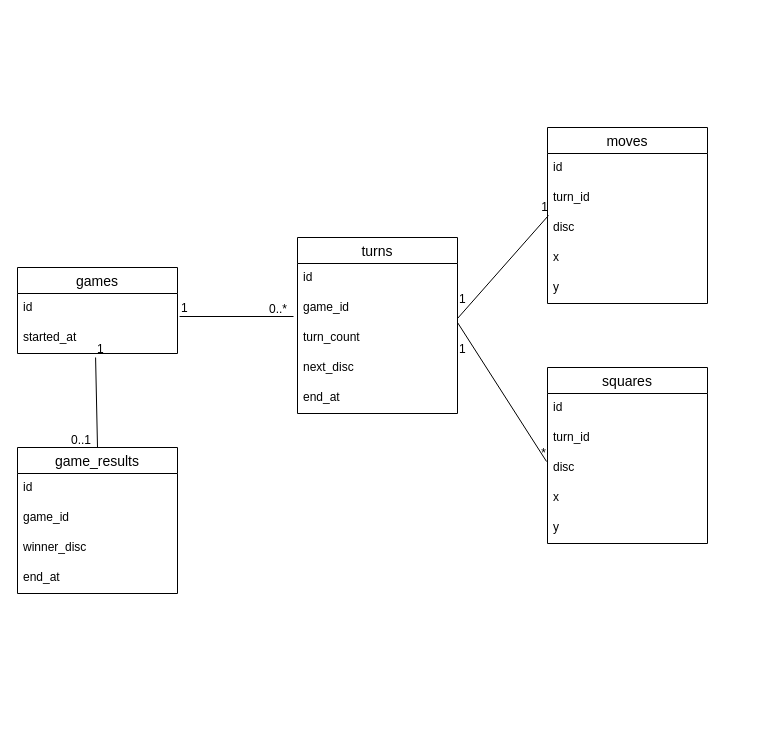
Earlier version of the draw.io diagram docs/er.drawio (yuuttana1223/udemy-reversi-webapp). Source tidied: cells renumbered, new cells numbered last; positions are measured from the earlier drawing's top-left corner, leaving out a move shared by most shapes. Both pictures are drawn from the tidied source at 100%, with x=0, y=0 at pixel (17, 127).
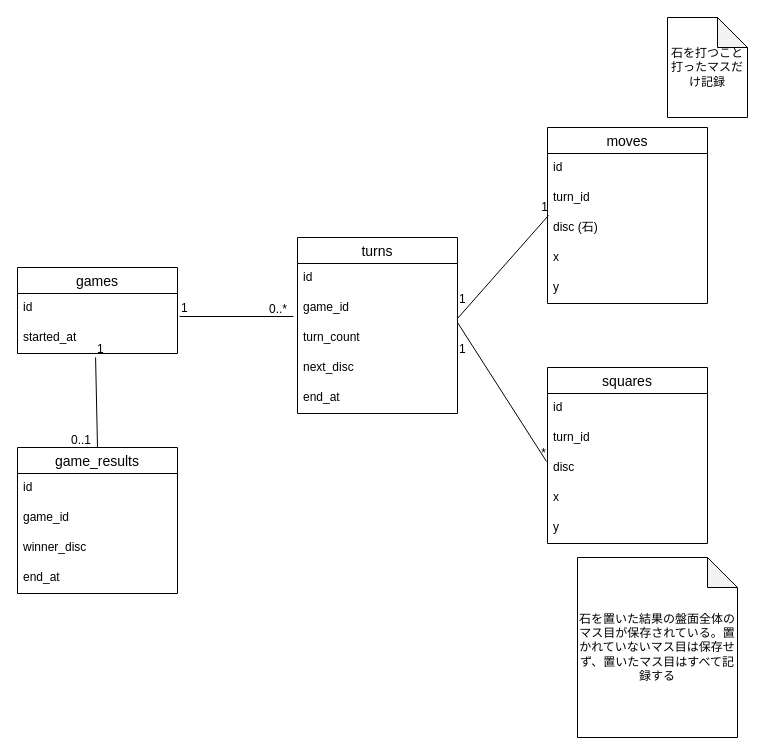
The same diagram, later.

The change refers to these unchanged cells:
```xml
<mxCell id="14" value="moves" style="swimlane;fontStyle=0;horizontal=1;startSize=26;align=center;fontSize=14;" parent="1" vertex="1">
  <mxGeometry x="530" width="160" height="176" as="geometry" />
</mxCell>
```

Diff of the diagram source:
```diff
@@
-    <mxCell id="17" value="disc" style="text;strokeColor=none;fillColor=none;spacingLeft=4;spacingRight=4;overflow=hidden;points=[[0,0.5],[1,0.5]];portConstraint=eastwest;fontSize=12;" parent="14" vertex="1">
+    <mxCell id="17" value="disc (石)" style="text;strokeColor=none;fillColor=none;spacingLeft=4;spacingRight=4;overflow=hidden;points=[[0,0.5],[1,0.5]];portConstraint=eastwest;fontSize=12;" parent="14" vertex="1">
       <mxGeometry y="86" width="160" height="30" as="geometry" />
     </mxCell>
@@
+    <mxCell id="40" value="石を打つこと&lt;br&gt;打ったマスだけ記録" style="shape=note;whiteSpace=wrap;html=1;backgroundOutline=1;darkOpacity=0.05;" parent="1" vertex="1">
+      <mxGeometry x="650" y="-110" width="80" height="100" as="geometry" />
+    </mxCell>
+    <mxCell id="41" value="石を置いた結果の盤面全体のマス目が保存されている。置かれていないマス目は保存せず、置いたマス目はすべて記録する" style="shape=note;whiteSpace=wrap;html=1;backgroundOutline=1;darkOpacity=0.05;" parent="1" vertex="1">
+      <mxGeometry x="560" y="430" width="160" height="180" as="geometry" />
+    </mxCell>
```
